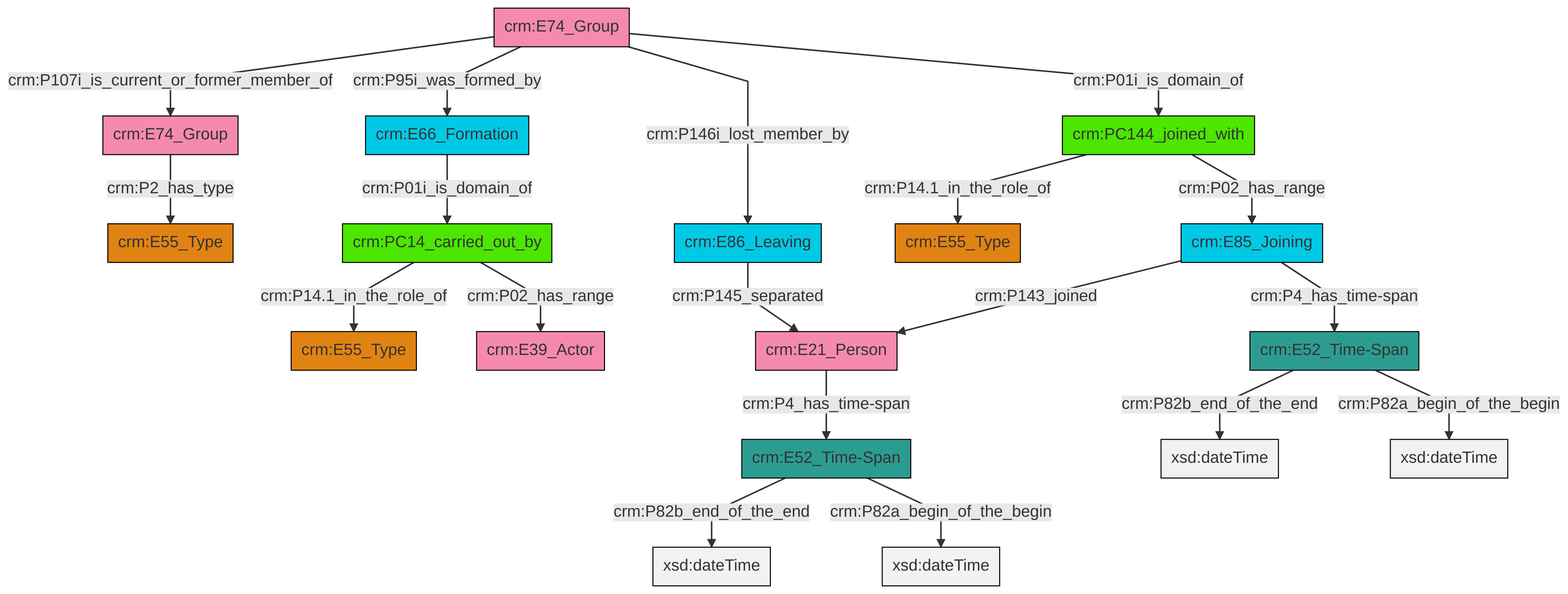
This is et/groupCSV/ttl/mmd/png/group_actor_relations.png from swiss-art-research-net/reference-data-models, a Mermaid export, as it was before one commit. Its source is kept beside it as et/groupCSV/ttl/mmd/group_actor_relations.ttl.mmd.
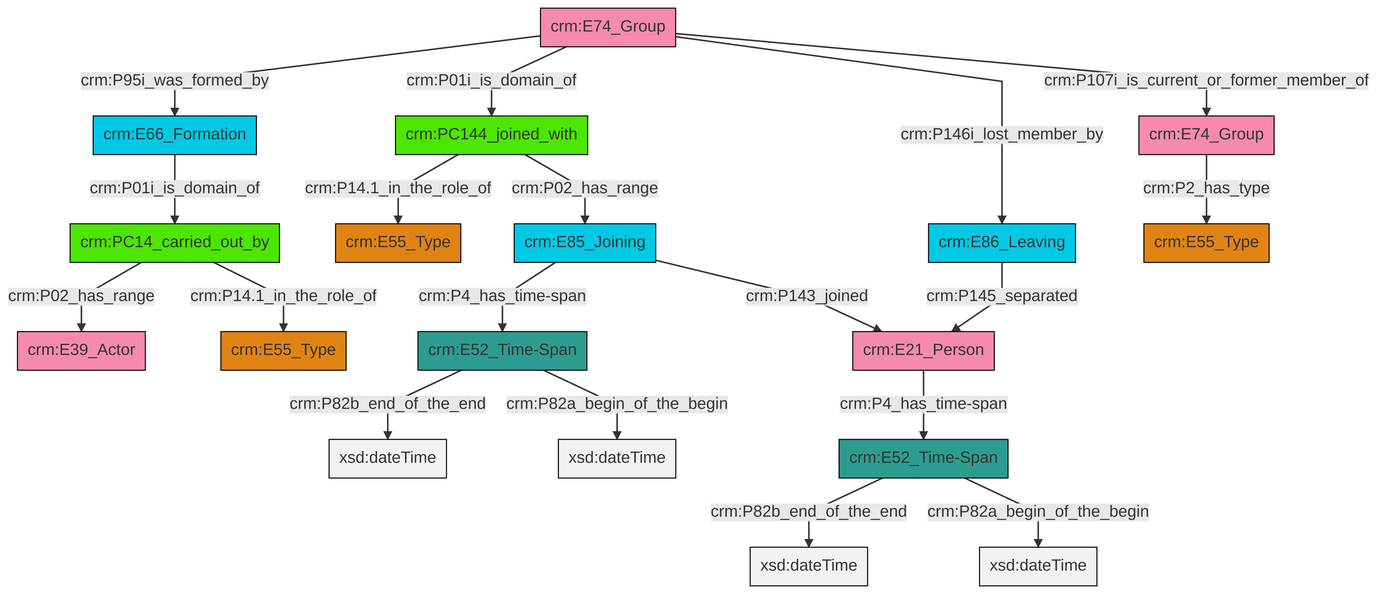
The same file after the commit.

Diff of the diagram source:
```diff
@@ -13,21 +13,21 @@
 classDef PC_Classes fill:#4ce600, stroke:#000000;
 classDef Multi fill:#cccccc,stroke:#000000;
 
-0["crm:PC14_carried_out_by"]:::PC_Classes -->|crm:P14.1_in_the_role_of| 1["crm:E55_Type"]:::Type
-7["crm:PC144_joined_with"]:::PC_Classes -->|crm:P14.1_in_the_role_of| 8["crm:E55_Type"]:::Type
-9["crm:E86_Leaving"]:::Temporal_Entity -->|crm:P145_separated| 10["crm:E21_Person"]:::Actor
-18["crm:E74_Group"]:::Actor -->|crm:P2_has_type| 2["crm:E55_Type"]:::Type
-0["crm:PC14_carried_out_by"]:::PC_Classes -->|crm:P02_has_range| 14["crm:E39_Actor"]:::Actor
-4["crm:E74_Group"]:::Actor -->|crm:P107i_is_current_or_former_member_of| 18["crm:E74_Group"]:::Actor
-4["crm:E74_Group"]:::Actor -->|crm:P95i_was_formed_by| 16["crm:E66_Formation"]:::Temporal_Entity
-23["crm:E52_Time-Span"]:::Time-Span -->|crm:P82b_end_of_the_end| 27[xsd:dateTime]:::Literal
-4["crm:E74_Group"]:::Actor -->|crm:P146i_lost_member_by| 9["crm:E86_Leaving"]:::Temporal_Entity
-11["crm:E85_Joining"]:::Temporal_Entity -->|crm:P143_joined| 10["crm:E21_Person"]:::Actor
-25["crm:E52_Time-Span"]:::Time-Span -->|crm:P82b_end_of_the_end| 31[xsd:dateTime]:::Literal
-7["crm:PC144_joined_with"]:::PC_Classes -->|crm:P02_has_range| 11["crm:E85_Joining"]:::Temporal_Entity
-4["crm:E74_Group"]:::Actor -->|crm:P01i_is_domain_of| 7["crm:PC144_joined_with"]:::PC_Classes
-11["crm:E85_Joining"]:::Temporal_Entity -->|crm:P4_has_time-span| 23["crm:E52_Time-Span"]:::Time-Span
-23["crm:E52_Time-Span"]:::Time-Span -->|crm:P82a_begin_of_the_begin| 33[xsd:dateTime]:::Literal
-10["crm:E21_Person"]:::Actor -->|crm:P4_has_time-span| 25["crm:E52_Time-Span"]:::Time-Span
-25["crm:E52_Time-Span"]:::Time-Span -->|crm:P82a_begin_of_the_begin| 34[xsd:dateTime]:::Literal
-16["crm:E66_Formation"]:::Temporal_Entity -->|crm:P01i_is_domain_of| 0["crm:PC14_carried_out_by"]:::PC_Classes
+4["crm:E52_Time-Span"]:::Time-Span -->|crm:P82b_end_of_the_end| 5[xsd:dateTime]:::Literal
+6["crm:PC14_carried_out_by"]:::PC_Classes -->|crm:P02_has_range| 7["crm:E39_Actor"]:::Actor
+8["crm:E74_Group"]:::Actor -->|crm:P95i_was_formed_by| 9["crm:E66_Formation"]:::Temporal_Entity
+10["crm:E52_Time-Span"]:::Time-Span -->|crm:P82b_end_of_the_end| 11[xsd:dateTime]:::Literal
+6["crm:PC14_carried_out_by"]:::PC_Classes -->|crm:P14.1_in_the_role_of| 12["crm:E55_Type"]:::Type
+18["crm:E85_Joining"]:::Temporal_Entity -->|crm:P4_has_time-span| 10["crm:E52_Time-Span"]:::Time-Span
+10["crm:E52_Time-Span"]:::Time-Span -->|crm:P82a_begin_of_the_begin| 22[xsd:dateTime]:::Literal
+8["crm:E74_Group"]:::Actor -->|crm:P01i_is_domain_of| 23["crm:PC144_joined_with"]:::PC_Classes
+8["crm:E74_Group"]:::Actor -->|crm:P146i_lost_member_by| 15["crm:E86_Leaving"]:::Temporal_Entity
+15["crm:E86_Leaving"]:::Temporal_Entity -->|crm:P145_separated| 25["crm:E21_Person"]:::Actor
+9["crm:E66_Formation"]:::Temporal_Entity -->|crm:P01i_is_domain_of| 6["crm:PC14_carried_out_by"]:::PC_Classes
+23["crm:PC144_joined_with"]:::PC_Classes -->|crm:P14.1_in_the_role_of| 0["crm:E55_Type"]:::Type
+4["crm:E52_Time-Span"]:::Time-Span -->|crm:P82a_begin_of_the_begin| 28[xsd:dateTime]:::Literal
+20["crm:E74_Group"]:::Actor -->|crm:P2_has_type| 2["crm:E55_Type"]:::Type
+23["crm:PC144_joined_with"]:::PC_Classes -->|crm:P02_has_range| 18["crm:E85_Joining"]:::Temporal_Entity
+18["crm:E85_Joining"]:::Temporal_Entity -->|crm:P143_joined| 25["crm:E21_Person"]:::Actor
+8["crm:E74_Group"]:::Actor -->|crm:P107i_is_current_or_former_member_of| 20["crm:E74_Group"]:::Actor
+25["crm:E21_Person"]:::Actor -->|crm:P4_has_time-span| 4["crm:E52_Time-Span"]:::Time-Span
```
